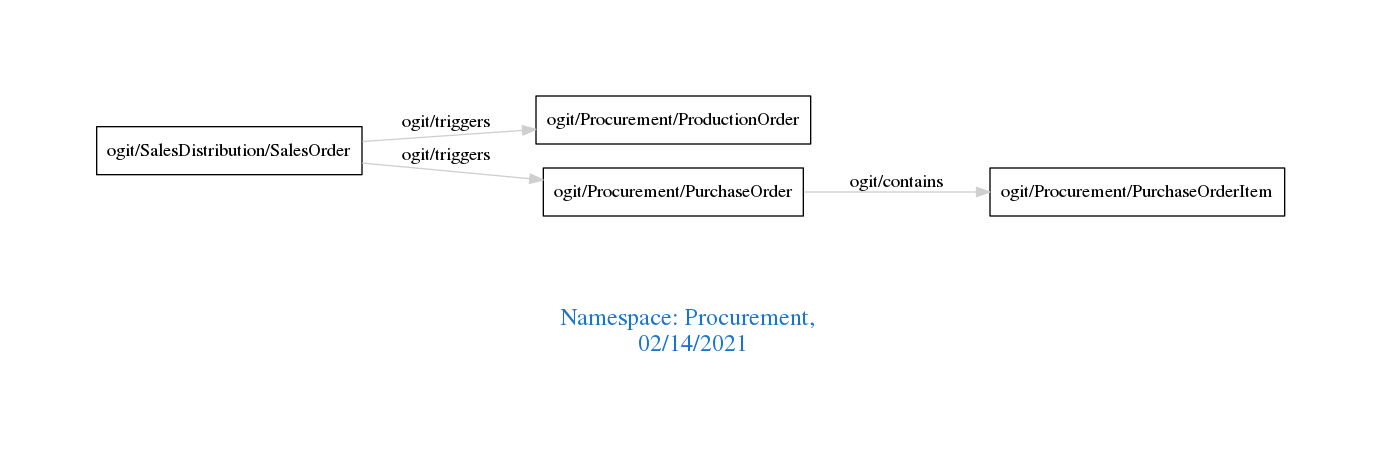
The Graphviz diagram downloads/Procurement.png in arago/OGIT, before a commit. Its source is kept beside it as downloads/Procurement.dot.
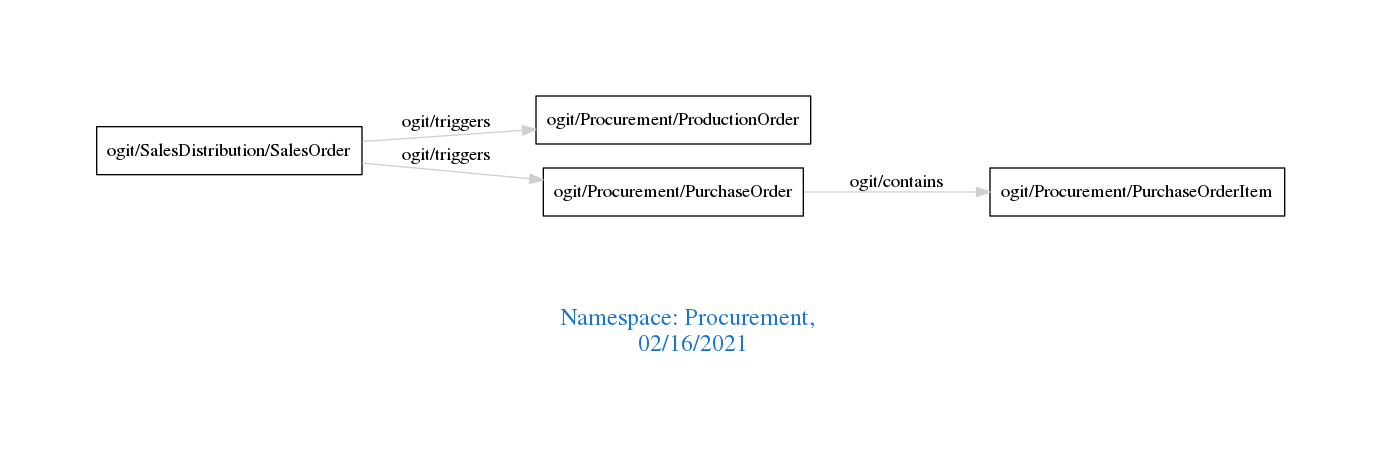
The same file after the commit.

Diff of the diagram source:
```diff
@@ -1,7 +1,7 @@
 digraph OGIT_ontology {
  graph [ rankdir= LR,pad=1
 fontsize = 18,
-fontcolor= dodgerblue3,label = "\n\n\nNamespace: Procurement, \n 02/14/2021"];
+fontcolor= dodgerblue3,label = "\n\n\nNamespace: Procurement, \n 02/16/2021"];
 node[shape=polygon];
 edge [  color="gray81"];
 
```
